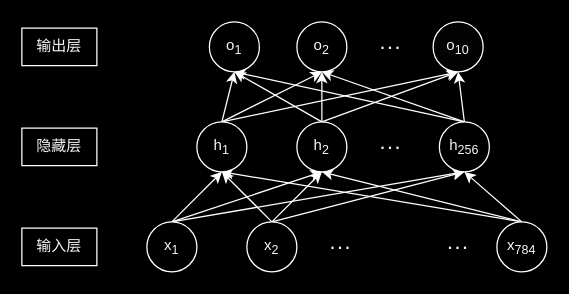
Lowfucius/lowfucius_diagrams keeps this draw.io diagram as mlp.drawio. Above is the earlier version. Source tidied: cells renumbered, new cells numbered last; positions are measured from the earlier drawing's top-left corner, leaving out a move shared by most shapes. Both pictures are drawn from the tidied source at 125%, with x=0, y=0 at pixel (21, 21).
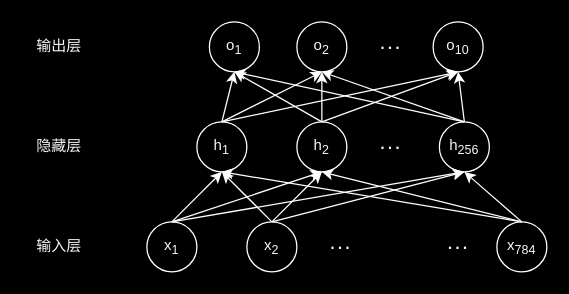
After the change.

Change to the diagram source:
```diff
@@
-    <mxCell id="5" value="x&lt;sub&gt;1&lt;/sub&gt;" style="ellipse;whiteSpace=wrap;html=1;strokeColor=#FFFFFF;fontColor=#F7F7F7;fillColor=#000000;" parent="1" vertex="1">
+    <mxCell id="5" value="x&lt;sub&gt;1&lt;/sub&gt;" style="ellipse;whiteSpace=wrap;html=1;strokeColor=#FFFFFF;fontColor=#F7F7F7;fillColor=none;" parent="1" vertex="1">
       <mxGeometry x="100" y="160" width="40" height="40" as="geometry" />
     </mxCell>
@@
-    <mxCell id="9" value="x&lt;sub&gt;2&lt;/sub&gt;" style="ellipse;whiteSpace=wrap;html=1;strokeColor=#FFFFFF;fontColor=#F7F7F7;fillColor=#000000;" parent="1" vertex="1">
+    <mxCell id="9" value="x&lt;sub&gt;2&lt;/sub&gt;" style="ellipse;whiteSpace=wrap;html=1;strokeColor=#FFFFFF;fontColor=#F7F7F7;fillColor=none;" parent="1" vertex="1">
       <mxGeometry x="180" y="160" width="40" height="40" as="geometry" />
     </mxCell>
@@
-    <mxCell id="13" value="x&lt;sub&gt;784&lt;/sub&gt;" style="ellipse;whiteSpace=wrap;html=1;strokeColor=#FFFFFF;fontColor=#F7F7F7;fillColor=#000000;" parent="1" vertex="1">
+    <mxCell id="13" value="x&lt;sub&gt;784&lt;/sub&gt;" style="ellipse;whiteSpace=wrap;html=1;strokeColor=#FFFFFF;fontColor=#F7F7F7;fillColor=none;" parent="1" vertex="1">
       <mxGeometry x="380" y="160" width="40" height="40" as="geometry" />
     </mxCell>
@@
-    <mxCell id="17" value="h&lt;sub&gt;1&lt;/sub&gt;" style="ellipse;whiteSpace=wrap;html=1;strokeColor=#FFFFFF;fontColor=#F7F7F7;fillColor=#000000;" parent="1" vertex="1">
+    <mxCell id="17" value="h&lt;sub&gt;1&lt;/sub&gt;" style="ellipse;whiteSpace=wrap;html=1;strokeColor=#FFFFFF;fontColor=#F7F7F7;fillColor=none;" parent="1" vertex="1">
       <mxGeometry x="140" y="80" width="40" height="40" as="geometry" />
     </mxCell>
@@
-    <mxCell id="21" value="h&lt;sub&gt;2&lt;/sub&gt;" style="ellipse;whiteSpace=wrap;html=1;strokeColor=#FFFFFF;fontColor=#F7F7F7;fillColor=#000000;" parent="1" vertex="1">
+    <mxCell id="21" value="h&lt;sub&gt;2&lt;/sub&gt;" style="ellipse;whiteSpace=wrap;html=1;strokeColor=#FFFFFF;fontColor=#F7F7F7;fillColor=none;" parent="1" vertex="1">
       <mxGeometry x="220" y="80" width="40" height="40" as="geometry" />
     </mxCell>
@@
-    <mxCell id="25" value="h&lt;sub&gt;256&lt;/sub&gt;" style="ellipse;whiteSpace=wrap;html=1;strokeColor=#FFFFFF;fontColor=#F7F7F7;fillColor=#000000;" parent="1" vertex="1">
+    <mxCell id="25" value="h&lt;sub&gt;256&lt;/sub&gt;" style="ellipse;whiteSpace=wrap;html=1;strokeColor=#FFFFFF;fontColor=#F7F7F7;fillColor=none;" parent="1" vertex="1">
       <mxGeometry x="334" y="80" width="40" height="40" as="geometry" />
     </mxCell>
@@
-    <mxCell id="29" value="o&lt;sub&gt;1&lt;/sub&gt;" style="ellipse;whiteSpace=wrap;html=1;strokeColor=#FFFFFF;fontColor=#F7F7F7;fillColor=#000000;" parent="1" vertex="1">
+    <mxCell id="29" value="o&lt;sub&gt;1&lt;/sub&gt;" style="ellipse;whiteSpace=wrap;html=1;strokeColor=#FFFFFF;fontColor=#F7F7F7;fillColor=none;" parent="1" vertex="1">
       <mxGeometry x="150" width="40" height="40" as="geometry" />
     </mxCell>
-    <mxCell id="30" value="o&lt;sub&gt;2&lt;/sub&gt;" style="ellipse;whiteSpace=wrap;html=1;strokeColor=#FFFFFF;fontColor=#F7F7F7;fillColor=#000000;" parent="1" vertex="1">
+    <mxCell id="30" value="o&lt;sub&gt;2&lt;/sub&gt;" style="ellipse;whiteSpace=wrap;html=1;strokeColor=#FFFFFF;fontColor=#F7F7F7;fillColor=none;" parent="1" vertex="1">
       <mxGeometry x="220" width="40" height="40" as="geometry" />
     </mxCell>
-    <mxCell id="31" value="o&lt;sub&gt;10&lt;/sub&gt;" style="ellipse;whiteSpace=wrap;html=1;strokeColor=#FFFFFF;fontColor=#F7F7F7;fillColor=#030303;" parent="1" vertex="1">
+    <mxCell id="31" value="o&lt;sub&gt;10&lt;/sub&gt;" style="ellipse;whiteSpace=wrap;html=1;strokeColor=#FFFFFF;fontColor=#F7F7F7;fillColor=none;" parent="1" vertex="1">
       <mxGeometry x="329" width="40" height="40" as="geometry" />
     </mxCell>
@@
-    <mxCell id="33" value="输入层" style="text;strokeColor=#FFFFFF;align=center;fillColor=none;html=1;verticalAlign=middle;whiteSpace=wrap;rounded=0;fontColor=#F7F7F7;" parent="1" vertex="1">
+    <mxCell id="33" value="输入层" style="text;strokeColor=none;align=center;fillColor=none;html=1;verticalAlign=middle;whiteSpace=wrap;rounded=0;fontColor=#F7F7F7;" parent="1" vertex="1">
       <mxGeometry y="165" width="60" height="30" as="geometry" />
     </mxCell>
-    <mxCell id="34" value="隐藏层" style="text;strokeColor=#FFFFFF;align=center;fillColor=none;html=1;verticalAlign=middle;whiteSpace=wrap;rounded=0;fontColor=#F7F7F7;" parent="1" vertex="1">
+    <mxCell id="34" value="隐藏层" style="text;strokeColor=none;align=center;fillColor=none;html=1;verticalAlign=middle;whiteSpace=wrap;rounded=0;fontColor=#F7F7F7;" parent="1" vertex="1">
       <mxGeometry y="85" width="60" height="30" as="geometry" />
     </mxCell>
-    <mxCell id="35" value="输出层" style="text;strokeColor=#FFFFFF;align=center;fillColor=none;html=1;verticalAlign=middle;whiteSpace=wrap;rounded=0;fontColor=#F7F7F7;" parent="1" vertex="1">
+    <mxCell id="35" value="输出层" style="text;strokeColor=none;align=center;fillColor=none;html=1;verticalAlign=middle;whiteSpace=wrap;rounded=0;fontColor=#F7F7F7;" parent="1" vertex="1">
       <mxGeometry y="5" width="60" height="30" as="geometry" />
     </mxCell>
```
